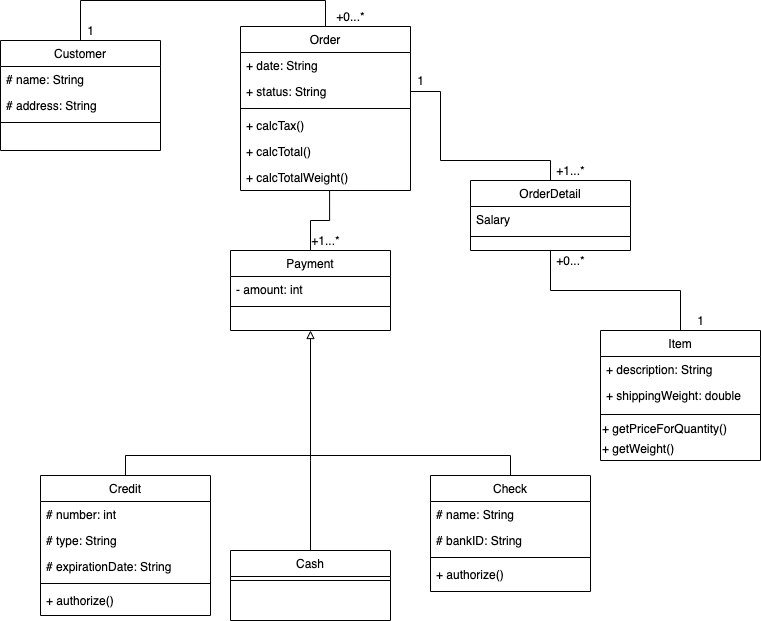
This is UML lab .png from hek5118/hek5118-311-test-repo, a draw.io export, as it was before one commit. Source tidied: cells renumbered, new cells last; positions are measured from the earlier drawing's top-left corner, leaving out a move shared by most shapes. The source it was exported from:
```xml
<mxGraphModel>
  <root>
    <mxCell id="0" />
    <mxCell id="1" parent="0" />
    <mxCell id="2" style="edgeStyle=orthogonalEdgeStyle;rounded=0;jettySize=auto;html=1;exitX=0.5;exitY=0;exitDx=0;exitDy=0;entryX=0.5;entryY=0;entryDx=0;entryDy=0;startArrow=none;startFill=0;endArrow=none;endFill=0;" parent="1" edge="1" source="3" target="13">
      <mxGeometry relative="1" as="geometry">
        <Array as="points">
          <mxPoint x="80" />
          <mxPoint x="325" />
        </Array>
      </mxGeometry>
    </mxCell>
    <mxCell id="3" value="Customer" style="swimlane;fontStyle=0;align=center;verticalAlign=top;horizontal=1;startSize=26;rounded=0;shadow=0;strokeWidth=1;" parent="1" vertex="1">
      <mxGeometry y="40" width="160" height="110" as="geometry" />
    </mxCell>
    <mxCell id="4" value="# name: String" style="text;align=left;verticalAlign=top;spacingLeft=4;spacingRight=4;overflow=hidden;" parent="3" vertex="1">
      <mxGeometry y="26" width="160" height="26" as="geometry" />
    </mxCell>
    <mxCell id="5" value="# address: String" style="text;align=left;verticalAlign=top;spacingLeft=4;spacingRight=4;overflow=hidden;rounded=0;shadow=0;html=0;" parent="3" vertex="1">
      <mxGeometry y="52" width="160" height="26" as="geometry" />
    </mxCell>
    <mxCell id="6" style="line;html=1;strokeWidth=1;align=left;verticalAlign=middle;spacingTop=-1;spacingLeft=3;spacingRight=3;labelPosition=right;" parent="3" vertex="1">
      <mxGeometry y="78" width="160" height="8" as="geometry" />
    </mxCell>
    <mxCell id="7" style="rounded=0;jettySize=auto;html=1;exitX=0.5;exitY=0;exitDx=0;exitDy=0;entryX=0.524;entryY=1;entryDx=0;entryDy=0;entryPerimeter=0;edgeStyle=orthogonalEdgeStyle;endArrow=none;endFill=0;" parent="1" edge="1" source="9" target="19">
      <mxGeometry relative="1" as="geometry" />
    </mxCell>
    <mxCell id="8" style="edgeStyle=orthogonalEdgeStyle;rounded=0;jettySize=auto;html=1;exitX=0.5;exitY=1;exitDx=0;exitDy=0;endArrow=none;endFill=0;startArrow=block;startFill=0;" parent="1" edge="1" source="9">
      <mxGeometry relative="1" as="geometry">
        <mxPoint x="310" y="460" as="targetPoint" />
      </mxGeometry>
    </mxCell>
    <mxCell id="9" value="Payment" style="swimlane;fontStyle=0;align=center;verticalAlign=top;horizontal=1;startSize=26;rounded=0;shadow=0;strokeWidth=1;" parent="1" vertex="1">
      <mxGeometry x="230" y="250" width="160" height="80" as="geometry" />
    </mxCell>
    <mxCell id="10" value="- amount: int" style="text;align=left;verticalAlign=top;spacingLeft=4;spacingRight=4;overflow=hidden;" parent="9" vertex="1">
      <mxGeometry y="26" width="160" height="26" as="geometry" />
    </mxCell>
    <mxCell id="11" style="line;html=1;strokeWidth=1;align=left;verticalAlign=middle;spacingTop=-1;spacingLeft=3;spacingRight=3;labelPosition=right;" parent="9" vertex="1">
      <mxGeometry y="52" width="160" height="8" as="geometry" />
    </mxCell>
    <mxCell id="12" style="edgeStyle=orthogonalEdgeStyle;rounded=0;jettySize=auto;html=1;entryX=0.5;entryY=0;entryDx=0;entryDy=0;endArrow=none;endFill=0;exitX=0.5;exitY=0;exitDx=0;exitDy=0;" parent="1" edge="1" source="39" target="33">
      <mxGeometry relative="1" as="geometry" />
    </mxCell>
    <mxCell id="13" value="Order" style="swimlane;fontStyle=0;align=center;verticalAlign=top;horizontal=1;startSize=26;rounded=0;shadow=0;strokeWidth=1;" parent="1" vertex="1">
      <mxGeometry x="240" y="26" width="170" height="164" as="geometry" />
    </mxCell>
    <mxCell id="14" value="+ date: String" style="text;align=left;verticalAlign=top;spacingLeft=4;spacingRight=4;overflow=hidden;" parent="13" vertex="1">
      <mxGeometry y="26" width="170" height="26" as="geometry" />
    </mxCell>
    <mxCell id="15" value="+ status: String" style="text;align=left;verticalAlign=top;spacingLeft=4;spacingRight=4;overflow=hidden;points=[[0,0.5],[1,0.5]];portConstraint=eastwest;rounded=0;shadow=0;html=0;" parent="13" vertex="1">
      <mxGeometry y="52" width="170" height="26" as="geometry" />
    </mxCell>
    <mxCell id="16" style="line;html=1;strokeWidth=1;align=left;verticalAlign=middle;spacingTop=-1;spacingLeft=3;spacingRight=3;labelPosition=right;" parent="13" vertex="1">
      <mxGeometry y="78" width="170" height="8" as="geometry" />
    </mxCell>
    <mxCell id="17" value="+ calcTax()" style="text;align=left;verticalAlign=top;spacingLeft=4;spacingRight=4;overflow=hidden;" parent="13" vertex="1">
      <mxGeometry y="86" width="170" height="26" as="geometry" />
    </mxCell>
    <mxCell id="18" value="+ calcTotal()" style="text;align=left;verticalAlign=top;spacingLeft=4;spacingRight=4;overflow=hidden;" parent="13" vertex="1">
      <mxGeometry y="112" width="170" height="26" as="geometry" />
    </mxCell>
    <mxCell id="19" value="+ calcTotalWeight()" style="text;align=left;verticalAlign=top;spacingLeft=4;spacingRight=4;overflow=hidden;points=[[0,0.5],[1,0.5]];portConstraint=eastwest;" parent="13" vertex="1">
      <mxGeometry y="138" width="170" height="26" as="geometry" />
    </mxCell>
    <mxCell id="20" style="edgeStyle=orthogonalEdgeStyle;rounded=0;jettySize=auto;html=1;exitX=0.5;exitY=0;exitDx=0;exitDy=0;endArrow=none;endFill=0;" parent="1" edge="1" source="21">
      <mxGeometry relative="1" as="geometry">
        <mxPoint x="310" y="460" as="targetPoint" />
      </mxGeometry>
    </mxCell>
    <mxCell id="21" value="Cash" style="swimlane;fontStyle=0;align=center;verticalAlign=top;horizontal=1;startSize=26;rounded=0;shadow=0;strokeWidth=1;" parent="1" vertex="1">
      <mxGeometry x="230" y="550" width="160" height="70" as="geometry" />
    </mxCell>
    <mxCell id="22" style="line;html=1;strokeWidth=1;align=left;verticalAlign=middle;spacingTop=-1;spacingLeft=3;spacingRight=3;labelPosition=right;" parent="21" vertex="1">
      <mxGeometry y="26" width="160" height="8" as="geometry" />
    </mxCell>
    <mxCell id="23" value="Item" style="swimlane;fontStyle=0;align=center;verticalAlign=top;horizontal=1;startSize=26;rounded=0;shadow=0;strokeWidth=1;" parent="1" vertex="1">
      <mxGeometry x="600" y="330" width="160" height="130" as="geometry" />
    </mxCell>
    <mxCell id="24" value="+ description: String" style="text;align=left;verticalAlign=top;spacingLeft=4;spacingRight=4;overflow=hidden;" parent="23" vertex="1">
      <mxGeometry y="26" width="160" height="26" as="geometry" />
    </mxCell>
    <mxCell id="25" value="+ shippingWeight: double" style="text;align=left;verticalAlign=top;spacingLeft=4;spacingRight=4;overflow=hidden;" parent="23" vertex="1">
      <mxGeometry y="52" width="160" height="28" as="geometry" />
    </mxCell>
    <mxCell id="26" style="line;html=1;strokeWidth=1;align=left;verticalAlign=middle;spacingTop=-1;spacingLeft=3;spacingRight=3;labelPosition=right;" parent="23" vertex="1">
      <mxGeometry y="80" width="160" height="8" as="geometry" />
    </mxCell>
    <mxCell id="27" value="+ getPriceForQuantity()" style="text;html=1;align=left;verticalAlign=middle;" parent="23" vertex="1">
      <mxGeometry y="88" width="160" height="20" as="geometry" />
    </mxCell>
    <mxCell id="28" value="+ getWeight()" style="text;html=1;align=left;verticalAlign=middle;" parent="23" vertex="1">
      <mxGeometry y="108" width="160" height="20" as="geometry" />
    </mxCell>
    <mxCell id="29" style="edgeStyle=orthogonalEdgeStyle;rounded=0;jettySize=auto;html=1;exitX=0.5;exitY=1;exitDx=0;exitDy=0;entryX=0.5;entryY=0;entryDx=0;entryDy=0;startArrow=none;startFill=0;endArrow=none;endFill=0;" parent="1" edge="1" source="30" target="23">
      <mxGeometry relative="1" as="geometry" />
    </mxCell>
    <mxCell id="30" value="OrderDetail" style="swimlane;fontStyle=0;align=center;verticalAlign=top;horizontal=1;startSize=26;rounded=0;shadow=0;strokeWidth=1;" parent="1" vertex="1">
      <mxGeometry x="470" y="180" width="160" height="70" as="geometry" />
    </mxCell>
    <mxCell id="31" value="Salary" style="text;align=left;verticalAlign=top;spacingLeft=4;spacingRight=4;overflow=hidden;" parent="30" vertex="1">
      <mxGeometry y="26" width="160" height="26" as="geometry" />
    </mxCell>
    <mxCell id="32" style="line;html=1;strokeWidth=1;align=left;verticalAlign=middle;spacingTop=-1;spacingLeft=3;spacingRight=3;labelPosition=right;" parent="30" vertex="1">
      <mxGeometry y="52" width="160" height="8" as="geometry" />
    </mxCell>
    <mxCell id="33" value="Check" style="swimlane;fontStyle=0;align=center;verticalAlign=top;horizontal=1;startSize=26;rounded=0;shadow=0;strokeWidth=1;" parent="1" vertex="1">
      <mxGeometry x="430" y="475" width="160" height="116" as="geometry" />
    </mxCell>
    <mxCell id="34" value="# name: String" style="text;align=left;verticalAlign=top;spacingLeft=4;spacingRight=4;overflow=hidden;" parent="33" vertex="1">
      <mxGeometry y="26" width="160" height="26" as="geometry" />
    </mxCell>
    <mxCell id="35" value="# bankID: String" style="text;align=left;verticalAlign=top;spacingLeft=4;spacingRight=4;overflow=hidden;" parent="33" vertex="1">
      <mxGeometry y="52" width="160" height="26" as="geometry" />
    </mxCell>
    <mxCell id="36" style="line;html=1;strokeWidth=1;align=left;verticalAlign=middle;spacingTop=-1;spacingLeft=3;spacingRight=3;labelPosition=right;" parent="33" vertex="1">
      <mxGeometry y="78" width="160" height="8" as="geometry" />
    </mxCell>
    <mxCell id="37" value="+ authorize()" style="text;align=left;verticalAlign=top;spacingLeft=4;spacingRight=4;overflow=hidden;" parent="33" vertex="1">
      <mxGeometry y="86" width="160" height="26" as="geometry" />
    </mxCell>
    <mxCell id="38" value="+1...*" style="text;html=1;align=center;verticalAlign=middle;" parent="1" vertex="1">
      <mxGeometry x="305" y="230" width="40" height="20" as="geometry" />
    </mxCell>
    <mxCell id="39" value="Credit" style="swimlane;fontStyle=0;align=center;verticalAlign=top;horizontal=1;startSize=26;rounded=0;shadow=0;strokeWidth=1;" parent="1" vertex="1">
      <mxGeometry x="40" y="475" width="170" height="140" as="geometry" />
    </mxCell>
    <mxCell id="40" value="# number: int" style="text;align=left;verticalAlign=top;spacingLeft=4;spacingRight=4;overflow=hidden;" parent="39" vertex="1">
      <mxGeometry y="26" width="170" height="26" as="geometry" />
    </mxCell>
    <mxCell id="41" value="# type: String" style="text;align=left;verticalAlign=top;spacingLeft=4;spacingRight=4;overflow=hidden;rounded=0;shadow=0;html=0;" parent="39" vertex="1">
      <mxGeometry y="52" width="170" height="26" as="geometry" />
    </mxCell>
    <mxCell id="42" value="# expirationDate: String" style="text;align=left;verticalAlign=top;spacingLeft=4;spacingRight=4;overflow=hidden;" parent="39" vertex="1">
      <mxGeometry y="78" width="170" height="26" as="geometry" />
    </mxCell>
    <mxCell id="43" style="line;html=1;strokeWidth=1;align=left;verticalAlign=middle;spacingTop=-1;spacingLeft=3;spacingRight=3;labelPosition=right;" parent="39" vertex="1">
      <mxGeometry y="104" width="170" height="8" as="geometry" />
    </mxCell>
    <mxCell id="44" value="+ authorize()" style="text;align=left;verticalAlign=top;spacingLeft=4;spacingRight=4;overflow=hidden;" parent="39" vertex="1">
      <mxGeometry y="112" width="170" height="26" as="geometry" />
    </mxCell>
    <mxCell id="45" style="edgeStyle=orthogonalEdgeStyle;rounded=0;jettySize=auto;html=1;exitX=1;exitY=0.5;exitDx=0;exitDy=0;entryX=0.5;entryY=0;entryDx=0;entryDy=0;startArrow=none;startFill=0;endArrow=none;endFill=0;" parent="1" edge="1" source="15" target="30">
      <mxGeometry relative="1" as="geometry">
        <Array as="points">
          <mxPoint x="440" y="91" />
          <mxPoint x="440" y="160" />
          <mxPoint x="550" y="160" />
        </Array>
      </mxGeometry>
    </mxCell>
    <mxCell id="46" value="+1...*" style="text;html=1;align=center;verticalAlign=middle;" parent="1" vertex="1">
      <mxGeometry x="550" y="160" width="40" height="20" as="geometry" />
    </mxCell>
    <mxCell id="47" value="1" style="text;html=1;align=center;verticalAlign=middle;" parent="1" vertex="1">
      <mxGeometry x="690" y="310" width="20" height="20" as="geometry" />
    </mxCell>
    <mxCell id="48" value="1" style="text;html=1;align=center;verticalAlign=middle;" parent="1" vertex="1">
      <mxGeometry x="410" y="70" width="20" height="20" as="geometry" />
    </mxCell>
    <mxCell id="49" value="+0...*" style="text;html=1;align=center;verticalAlign=middle;" parent="1" vertex="1">
      <mxGeometry x="330" y="6" width="40" height="20" as="geometry" />
    </mxCell>
    <mxCell id="50" value="1" style="text;html=1;align=center;verticalAlign=middle;" parent="1" vertex="1">
      <mxGeometry x="80" y="20" width="20" height="20" as="geometry" />
    </mxCell>
    <mxCell id="51" value="+0...*" style="text;html=1;align=center;verticalAlign=middle;" parent="1" vertex="1">
      <mxGeometry x="550" y="250" width="40" height="20" as="geometry" />
    </mxCell>
  </root>
</mxGraphModel>
```
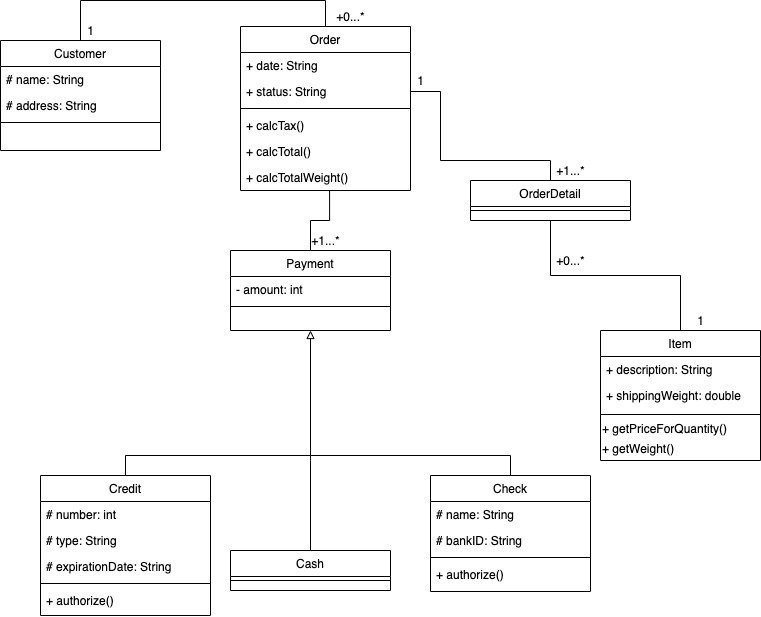
After the commit.

Change to the diagram source:
```diff
@@ -69,7 +69,7 @@
       </mxGeometry>
     </mxCell>
     <mxCell id="21" value="Cash" style="swimlane;fontStyle=0;align=center;verticalAlign=top;horizontal=1;startSize=26;rounded=0;shadow=0;strokeWidth=1;" parent="1" vertex="1">
-      <mxGeometry x="230" y="550" width="160" height="70" as="geometry" />
+      <mxGeometry x="230" y="550" width="160" height="40" as="geometry" />
     </mxCell>
     <mxCell id="22" style="line;html=1;strokeWidth=1;align=left;verticalAlign=middle;spacingTop=-1;spacingLeft=3;spacingRight=3;labelPosition=right;" parent="21" vertex="1">
       <mxGeometry y="26" width="160" height="8" as="geometry" />
@@ -96,13 +96,10 @@
       <mxGeometry relative="1" as="geometry" />
     </mxCell>
     <mxCell id="30" value="OrderDetail" style="swimlane;fontStyle=0;align=center;verticalAlign=top;horizontal=1;startSize=26;rounded=0;shadow=0;strokeWidth=1;" parent="1" vertex="1">
-      <mxGeometry x="470" y="180" width="160" height="70" as="geometry" />
+      <mxGeometry x="470" y="180" width="160" height="40" as="geometry" />
     </mxCell>
-    <mxCell id="31" value="Salary" style="text;align=left;verticalAlign=top;spacingLeft=4;spacingRight=4;overflow=hidden;" parent="30" vertex="1">
-      <mxGeometry y="26" width="160" height="26" as="geometry" />
-    </mxCell>
     <mxCell id="32" style="line;html=1;strokeWidth=1;align=left;verticalAlign=middle;spacingTop=-1;spacingLeft=3;spacingRight=3;labelPosition=right;" parent="30" vertex="1">
-      <mxGeometry y="52" width="160" height="8" as="geometry" />
+      <mxGeometry y="26" width="160" height="8" as="geometry" />
     </mxCell>
     <mxCell id="33" value="Check" style="swimlane;fontStyle=0;align=center;verticalAlign=top;horizontal=1;startSize=26;rounded=0;shadow=0;strokeWidth=1;" parent="1" vertex="1">
       <mxGeometry x="430" y="475" width="160" height="116" as="geometry" />
```
